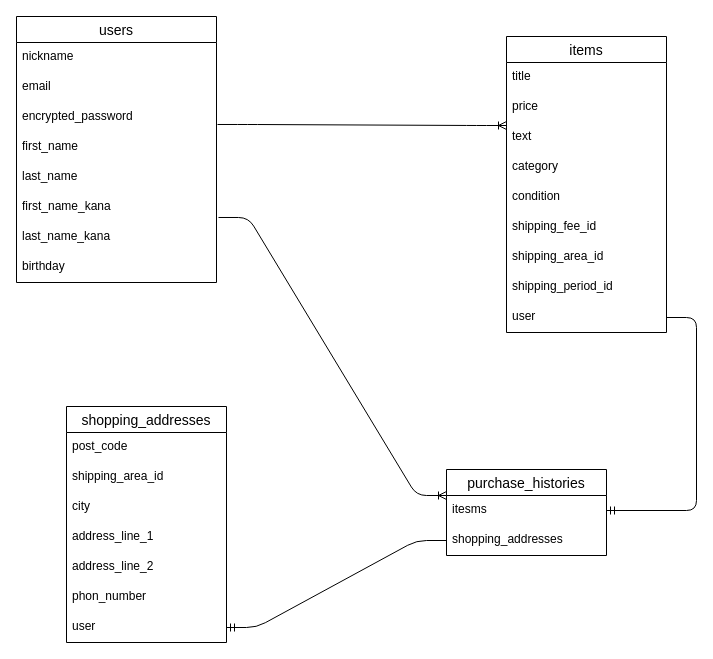
Before: furima_ER.dio in Ueta0709/furima-38459, a draw.io diagram. Source tidied: cells renumbered, new cells numbered last; positions are measured from the earlier drawing's top-left corner, leaving out a move shared by most shapes. Both pictures are drawn from the tidied source at 100%, with x=0, y=0 at pixel (16, 16).
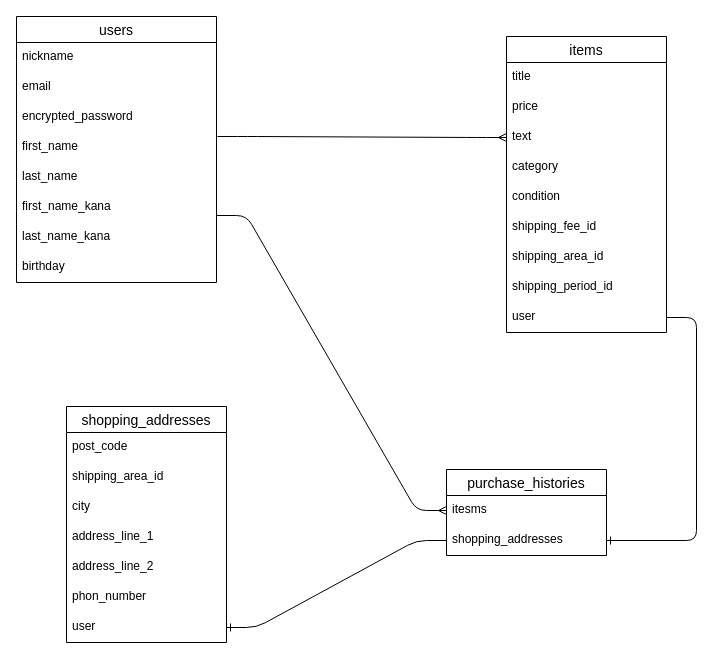
The same diagram, later.

The change refers to these unchanged cells:
```xml
<mxCell id="5" value="encrypted_password" style="text;strokeColor=none;fillColor=none;spacingLeft=4;spacingRight=4;overflow=hidden;points=[[0,0.5],[1,0.5]];portConstraint=eastwest;fontSize=12;" parent="2" vertex="1">
  <mxGeometry y="86" width="200" height="30" as="geometry" />
</mxCell>
<mxCell id="6" value="first_name" style="text;strokeColor=none;fillColor=none;spacingLeft=4;spacingRight=4;overflow=hidden;points=[[0,0.5],[1,0.5]];portConstraint=eastwest;fontSize=12;" parent="2" vertex="1">
  <mxGeometry y="116" width="200" height="30" as="geometry" />
</mxCell>
<mxCell id="9" value="first_name_kana" style="text;strokeColor=none;fillColor=none;spacingLeft=4;spacingRight=4;overflow=hidden;points=[[0,0.5],[1,0.5]];portConstraint=eastwest;fontSize=12;" parent="2" vertex="1">
  <mxGeometry y="176" width="200" height="30" as="geometry" />
</mxCell>
<mxCell id="15" value="text" style="text;strokeColor=none;fillColor=none;spacingLeft=4;spacingRight=4;overflow=hidden;points=[[0,0.5],[1,0.5]];portConstraint=eastwest;fontSize=12;" parent="12" vertex="1">
  <mxGeometry y="86" width="160" height="30" as="geometry" />
</mxCell>
<mxCell id="21" value="user" style="text;strokeColor=none;fillColor=none;spacingLeft=4;spacingRight=4;overflow=hidden;points=[[0,0.5],[1,0.5]];portConstraint=eastwest;fontSize=12;" parent="12" vertex="1">
  <mxGeometry y="266" width="160" height="30" as="geometry" />
</mxCell>
<mxCell id="29" value="user" style="text;strokeColor=none;fillColor=none;spacingLeft=4;spacingRight=4;overflow=hidden;points=[[0,0.5],[1,0.5]];portConstraint=eastwest;fontSize=12;" parent="22" vertex="1">
  <mxGeometry y="206" width="160" height="30" as="geometry" />
</mxCell>
<mxCell id="31" value="itesms" style="text;strokeColor=none;fillColor=none;spacingLeft=4;spacingRight=4;overflow=hidden;points=[[0,0.5],[1,0.5]];portConstraint=eastwest;fontSize=12;" parent="30" vertex="1">
  <mxGeometry y="26" width="160" height="30" as="geometry" />
</mxCell>
<mxCell id="32" value="shopping_addresses&#10;" style="text;strokeColor=none;fillColor=none;spacingLeft=4;spacingRight=4;overflow=hidden;points=[[0,0.5],[1,0.5]];portConstraint=eastwest;fontSize=12;" parent="30" vertex="1">
  <mxGeometry y="56" width="160" height="30" as="geometry" />
</mxCell>
```

The edit, as a diff of the source:
```diff
@@
-    <mxCell id="33" style="edgeStyle=entityRelationEdgeStyle;fontSize=12;html=1;endArrow=ERoneToMany;exitX=1.005;exitY=0.733;exitDx=0;exitDy=0;exitPerimeter=0;" parent="1" edge="1" source="5">
-      <mxGeometry relative="1" as="geometry">
-        <mxPoint x="490" y="109" as="targetPoint" />
-      </mxGeometry>
-    </mxCell>
-    <mxCell id="34" style="edgeStyle=entityRelationEdgeStyle;fontSize=12;html=1;endArrow=ERoneToMany;exitX=1.01;exitY=0.833;exitDx=0;exitDy=0;exitPerimeter=0;" parent="1" edge="1" source="9">
-      <mxGeometry relative="1" as="geometry">
-        <mxPoint x="430" y="479" as="targetPoint" />
-      </mxGeometry>
-    </mxCell>
+    <mxCell id="37" style="edgeStyle=entityRelationEdgeStyle;fontSize=12;html=1;endArrow=ERmany;exitX=1.005;exitY=0.133;exitDx=0;exitDy=0;exitPerimeter=0;" parent="1" edge="1" source="6" target="15">
+      <mxGeometry relative="1" as="geometry" />
+    </mxCell>
+    <mxCell id="38" style="edgeStyle=entityRelationEdgeStyle;fontSize=12;html=1;endArrow=ERmany;entryX=0;entryY=0.5;entryDx=0;entryDy=0;" parent="1" edge="1" target="31">
+      <mxGeometry relative="1" as="geometry">
+        <mxPoint x="200" y="199" as="sourcePoint" />
+      </mxGeometry>
+    </mxCell>
+    <mxCell id="39" style="edgeStyle=entityRelationEdgeStyle;fontSize=12;html=1;endArrow=ERone;endFill=1;entryX=1;entryY=0.5;entryDx=0;entryDy=0;" parent="1" edge="1" source="21" target="32">
+      <mxGeometry relative="1" as="geometry" />
+    </mxCell>
-    <mxCell id="35" style="edgeStyle=entityRelationEdgeStyle;fontSize=12;html=1;endArrow=ERmandOne;exitX=0;exitY=0.5;exitDx=0;exitDy=0;" parent="1" edge="1" source="32" target="29">
+    <mxCell id="35" style="edgeStyle=entityRelationEdgeStyle;fontSize=12;html=1;endArrow=ERone;endFill=1;exitX=0;exitY=0.5;exitDx=0;exitDy=0;entryX=1;entryY=0.5;entryDx=0;entryDy=0;" parent="1" edge="1" source="32" target="29">
       <mxGeometry relative="1" as="geometry" />
     </mxCell>
-    <mxCell id="36" style="edgeStyle=entityRelationEdgeStyle;fontSize=12;html=1;endArrow=ERmandOne;" parent="1" edge="1" source="21" target="31">
-      <mxGeometry relative="1" as="geometry" />
-    </mxCell>
```
